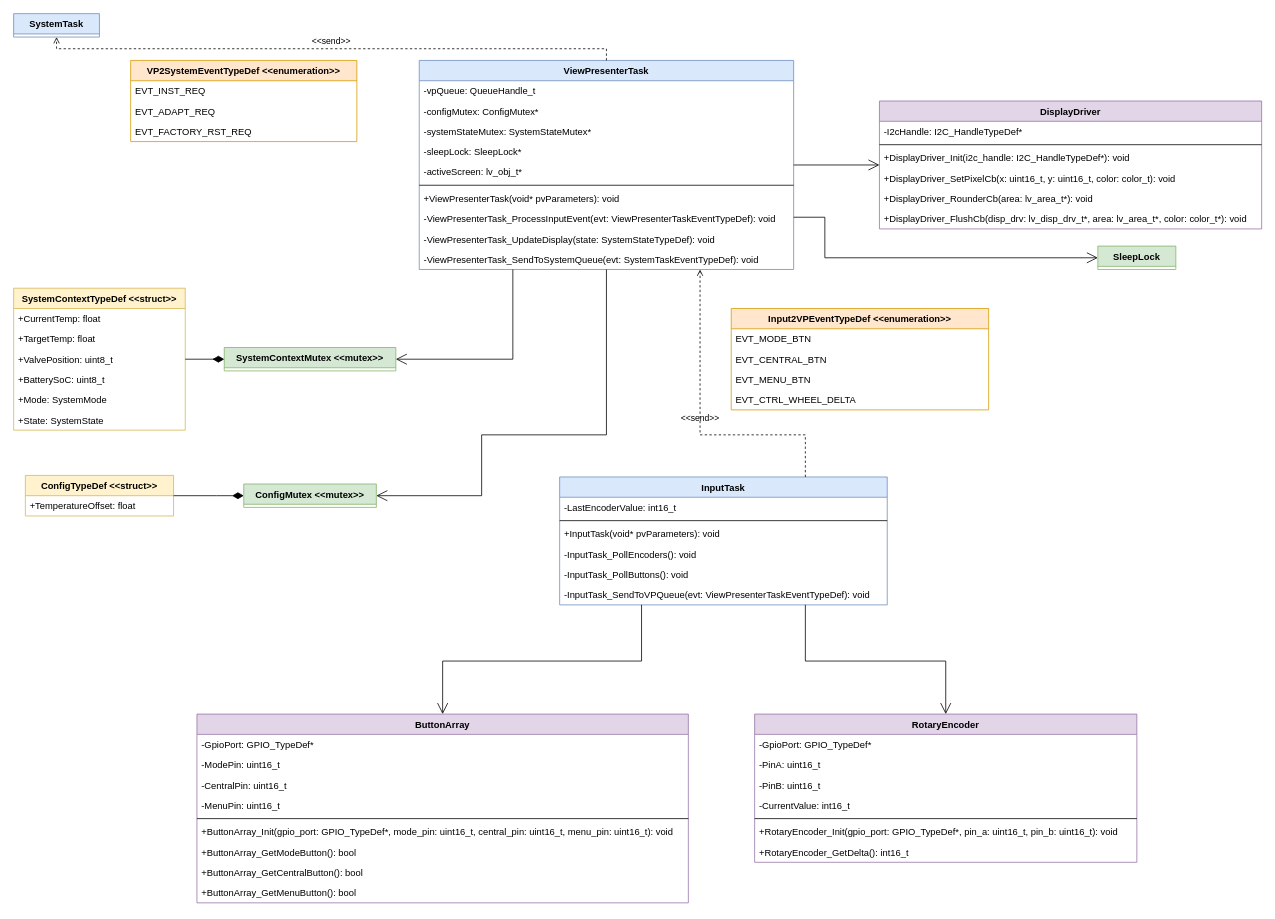
Above: page "ui" (5 of 6) of software/diagrams/mt-rt-sw-design.drawio in MiraTherm/miratherm-radiator-thermostat-documentation (draw.io), before the change. Source tidied: cells renumbered, new cells numbered last; positions are measured from the earlier drawing's top-left corner, leaving out a move shared by most shapes. Both pictures are drawn from the tidied source at 78%, with x=0, y=0 at pixel (13, 13).
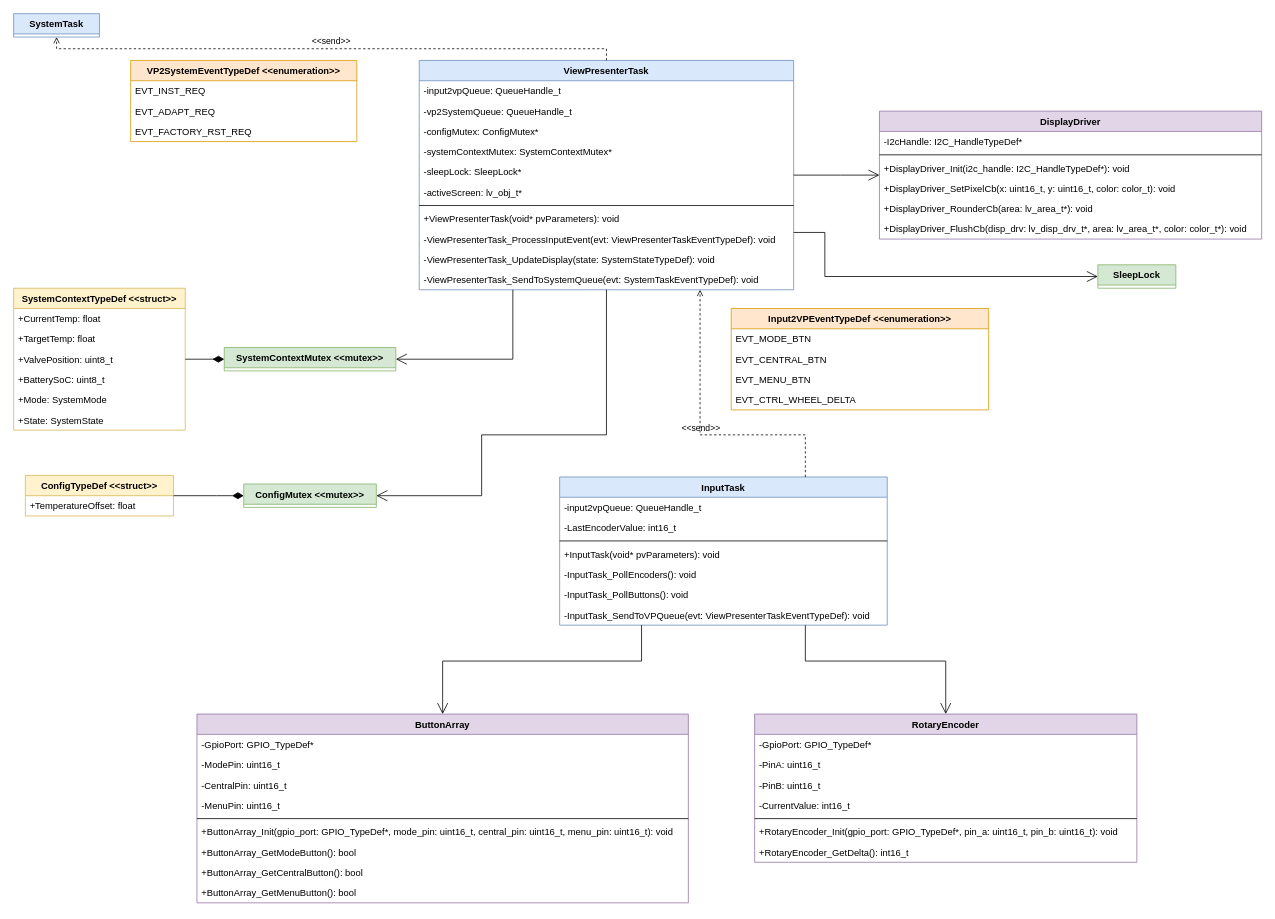
After the change.

Diff of the diagram source:
```diff
@@
     <mxCell id="14" value="SleepLock" style="swimlane;fontStyle=1;horizontal=1;startSize=26;fillColor=#d5e8d4;strokeColor=#82b366;" parent="1" vertex="1" collapsed="1">
-      <mxGeometry x="1390" y="298" width="100" height="30" as="geometry" />
+      <mxGeometry x="1390" y="322" width="100" height="30" as="geometry" />
     </mxCell>
     <mxCell id="15" value="InputTask" style="swimlane;fontStyle=1;horizontal=1;startSize=26;fillColor=#dae8fc;strokeColor=#6c8ebf;" parent="1" vertex="1">
-      <mxGeometry x="700" y="594" width="420" height="164" as="geometry" />
+      <mxGeometry x="700" y="594" width="420" height="190" as="geometry" />
     </mxCell>
+    <mxCell id="79" value="-input2vpQueue: QueueHandle_t" style="text;strokeColor=none;fillColor=none;align=left;verticalAlign=top;spacingLeft=4;spacingRight=4;overflow=hidden;" parent="15" vertex="1">
+      <mxGeometry y="26" width="420" height="26" as="geometry" />
+    </mxCell>
     <mxCell id="16" value="-LastEncoderValue: int16_t" style="text;strokeColor=none;fillColor=none;align=left;verticalAlign=top;spacingLeft=4;spacingRight=4;overflow=hidden;" parent="15" vertex="1">
-      <mxGeometry y="26" width="420" height="26" as="geometry" />
+      <mxGeometry y="52" width="420" height="26" as="geometry" />
     </mxCell>
     <mxCell id="17" style="line;strokeWidth=1;fillColor=none;align=left;verticalAlign=middle;spacingTop=-1;spacingLeft=3;spacingRight=3;labelPosition=right;" parent="15" vertex="1">
-      <mxGeometry y="52" width="420" height="8" as="geometry" />
+      <mxGeometry y="78" width="420" height="8" as="geometry" />
     </mxCell>
     <mxCell id="18" value="+InputTask(void* pvParameters): void" style="text;strokeColor=none;fillColor=none;align=left;verticalAlign=top;spacingLeft=4;spacingRight=4;overflow=hidden;" parent="15" vertex="1">
-      <mxGeometry y="60" width="420" height="26" as="geometry" />
+      <mxGeometry y="86" width="420" height="26" as="geometry" />
     </mxCell>
     <mxCell id="19" value="-InputTask_PollEncoders(): void" style="text;strokeColor=none;fillColor=none;align=left;verticalAlign=top;spacingLeft=4;spacingRight=4;overflow=hidden;" parent="15" vertex="1">
-      <mxGeometry y="86" width="420" height="26" as="geometry" />
+      <mxGeometry y="112" width="420" height="26" as="geometry" />
     </mxCell>
     <mxCell id="20" value="-InputTask_PollButtons(): void" style="text;strokeColor=none;fillColor=none;align=left;verticalAlign=top;spacingLeft=4;spacingRight=4;overflow=hidden;" parent="15" vertex="1">
-      <mxGeometry y="112" width="420" height="26" as="geometry" />
+      <mxGeometry y="138" width="420" height="26" as="geometry" />
     </mxCell>
     <mxCell id="21" value="-InputTask_SendToVPQueue(evt: ViewPresenterTaskEventTypeDef): void" style="text;strokeColor=none;fillColor=none;align=left;verticalAlign=top;spacingLeft=4;spacingRight=4;overflow=hidden;" parent="15" vertex="1">
-      <mxGeometry y="138" width="420" height="26" as="geometry" />
+      <mxGeometry y="164" width="420" height="26" as="geometry" />
     </mxCell>
@@
     <mxCell id="40" value="DisplayDriver" style="swimlane;fontStyle=1;horizontal=1;startSize=26;fillColor=#e1d5e7;strokeColor=#9673a6;" parent="1" vertex="1">
-      <mxGeometry x="1110" y="112" width="490" height="164" as="geometry" />
+      <mxGeometry x="1110" y="125" width="490" height="164" as="geometry" />
     </mxCell>
@@
     <mxCell id="47" value="ViewPresenterTask" style="swimlane;fontStyle=1;horizontal=1;startSize=26;fillColor=#dae8fc;strokeColor=#6c8ebf;" parent="1" vertex="1">
-      <mxGeometry x="520" y="60" width="480" height="268" as="geometry" />
+      <mxGeometry x="520" y="60" width="480" height="294" as="geometry" />
     </mxCell>
-    <mxCell id="48" value="-vpQueue: QueueHandle_t" style="text;strokeColor=none;fillColor=none;align=left;verticalAlign=top;spacingLeft=4;spacingRight=4;overflow=hidden;" parent="47" vertex="1">
-      <mxGeometry y="26" width="480" height="26" as="geometry" />
-    </mxCell>
+    <mxCell id="80" value="-input2vpQueue: QueueHandle_t" style="text;strokeColor=none;fillColor=none;align=left;verticalAlign=top;spacingLeft=4;spacingRight=4;overflow=hidden;" parent="47" vertex="1">
+      <mxGeometry y="26" width="480" height="26" as="geometry" />
+    </mxCell>
+    <mxCell id="81" value="-vp2SystemQueue: QueueHandle_t" style="text;strokeColor=none;fillColor=none;align=left;verticalAlign=top;spacingLeft=4;spacingRight=4;overflow=hidden;" parent="47" vertex="1">
+      <mxGeometry y="52" width="480" height="26" as="geometry" />
+    </mxCell>
     <mxCell id="49" value="-configMutex: ConfigMutex*" style="text;strokeColor=none;fillColor=none;align=left;verticalAlign=top;spacingLeft=4;spacingRight=4;overflow=hidden;" parent="47" vertex="1">
-      <mxGeometry y="52" width="480" height="26" as="geometry" />
+      <mxGeometry y="78" width="480" height="26" as="geometry" />
     </mxCell>
-    <mxCell id="50" value="-systemStateMutex: SystemStateMutex*" style="text;strokeColor=none;fillColor=none;align=left;verticalAlign=top;spacingLeft=4;spacingRight=4;overflow=hidden;" parent="47" vertex="1">
-      <mxGeometry y="78" width="480" height="26" as="geometry" />
+    <mxCell id="50" value="-systemContextMutex: SystemContextMutex*" style="text;strokeColor=none;fillColor=none;align=left;verticalAlign=top;spacingLeft=4;spacingRight=4;overflow=hidden;" parent="47" vertex="1">
+      <mxGeometry y="104" width="480" height="26" as="geometry" />
     </mxCell>
     <mxCell id="51" value="-sleepLock: SleepLock*" style="text;strokeColor=none;fillColor=none;align=left;verticalAlign=top;spacingLeft=4;spacingRight=4;overflow=hidden;" parent="47" vertex="1">
-      <mxGeometry y="104" width="480" height="26" as="geometry" />
+      <mxGeometry y="130" width="480" height="26" as="geometry" />
     </mxCell>
     <mxCell id="52" value="-activeScreen: lv_obj_t*" style="text;strokeColor=none;fillColor=none;align=left;verticalAlign=top;spacingLeft=4;spacingRight=4;overflow=hidden;" parent="47" vertex="1">
-      <mxGeometry y="130" width="480" height="26" as="geometry" />
+      <mxGeometry y="156" width="480" height="26" as="geometry" />
     </mxCell>
     <mxCell id="53" style="line;strokeWidth=1;fillColor=none;align=left;verticalAlign=middle;spacingTop=-1;spacingLeft=3;spacingRight=3;labelPosition=right;" parent="47" vertex="1">
-      <mxGeometry y="156" width="480" height="8" as="geometry" />
+      <mxGeometry y="182" width="480" height="8" as="geometry" />
     </mxCell>
     <mxCell id="54" value="+ViewPresenterTask(void* pvParameters): void" style="text;strokeColor=none;fillColor=none;align=left;verticalAlign=top;spacingLeft=4;spacingRight=4;overflow=hidden;" parent="47" vertex="1">
-      <mxGeometry y="164" width="480" height="26" as="geometry" />
+      <mxGeometry y="190" width="480" height="26" as="geometry" />
     </mxCell>
     <mxCell id="55" value="-ViewPresenterTask_ProcessInputEvent(evt: ViewPresenterTaskEventTypeDef): void" style="text;strokeColor=none;fillColor=none;align=left;verticalAlign=top;spacingLeft=4;spacingRight=4;overflow=hidden;" parent="47" vertex="1">
-      <mxGeometry y="190" width="480" height="26" as="geometry" />
+      <mxGeometry y="216" width="480" height="26" as="geometry" />
     </mxCell>
     <mxCell id="56" value="-ViewPresenterTask_UpdateDisplay(state: SystemStateTypeDef): void" style="text;strokeColor=none;fillColor=none;align=left;verticalAlign=top;spacingLeft=4;spacingRight=4;overflow=hidden;" parent="47" vertex="1">
-      <mxGeometry y="216" width="480" height="26" as="geometry" />
+      <mxGeometry y="242" width="480" height="26" as="geometry" />
     </mxCell>
     <mxCell id="57" value="-ViewPresenterTask_SendToSystemQueue(evt: SystemTaskEventTypeDef): void" style="text;strokeColor=none;fillColor=none;align=left;verticalAlign=top;spacingLeft=4;spacingRight=4;overflow=hidden;" parent="47" vertex="1">
-      <mxGeometry y="242" width="480" height="26" as="geometry" />
+      <mxGeometry y="268" width="480" height="26" as="geometry" />
     </mxCell>
@@
     <mxCell id="77" style="endArrow=open;endFill=1;endSize=12;html=1;rounded=0;edgeStyle=orthogonalEdgeStyle;exitX=1;exitY=0.5;exitDx=0;exitDy=0;entryX=0;entryY=0.5;entryDx=0;entryDy=0;" parent="1" edge="1" source="47" target="40">
       <mxGeometry relative="1" as="geometry">
         <Array as="points">
-          <mxPoint x="1110" y="194" />
+          <mxPoint x="1060" y="207" />
+          <mxPoint x="1060" y="207" />
         </Array>
       </mxGeometry>
     </mxCell>
     <mxCell id="78" style="endArrow=open;endFill=1;endSize=12;html=1;rounded=0;edgeStyle=orthogonalEdgeStyle;exitX=1;exitY=0.75;exitDx=0;exitDy=0;entryX=0;entryY=0.5;entryDx=0;entryDy=0;" parent="1" edge="1" source="47" target="14">
       <mxGeometry relative="1" as="geometry">
         <Array as="points">
-          <mxPoint x="1040" y="261" />
-          <mxPoint x="1040" y="313" />
+          <mxPoint x="1040" y="281" />
+          <mxPoint x="1040" y="337" />
         </Array>
       </mxGeometry>
     </mxCell>
```
